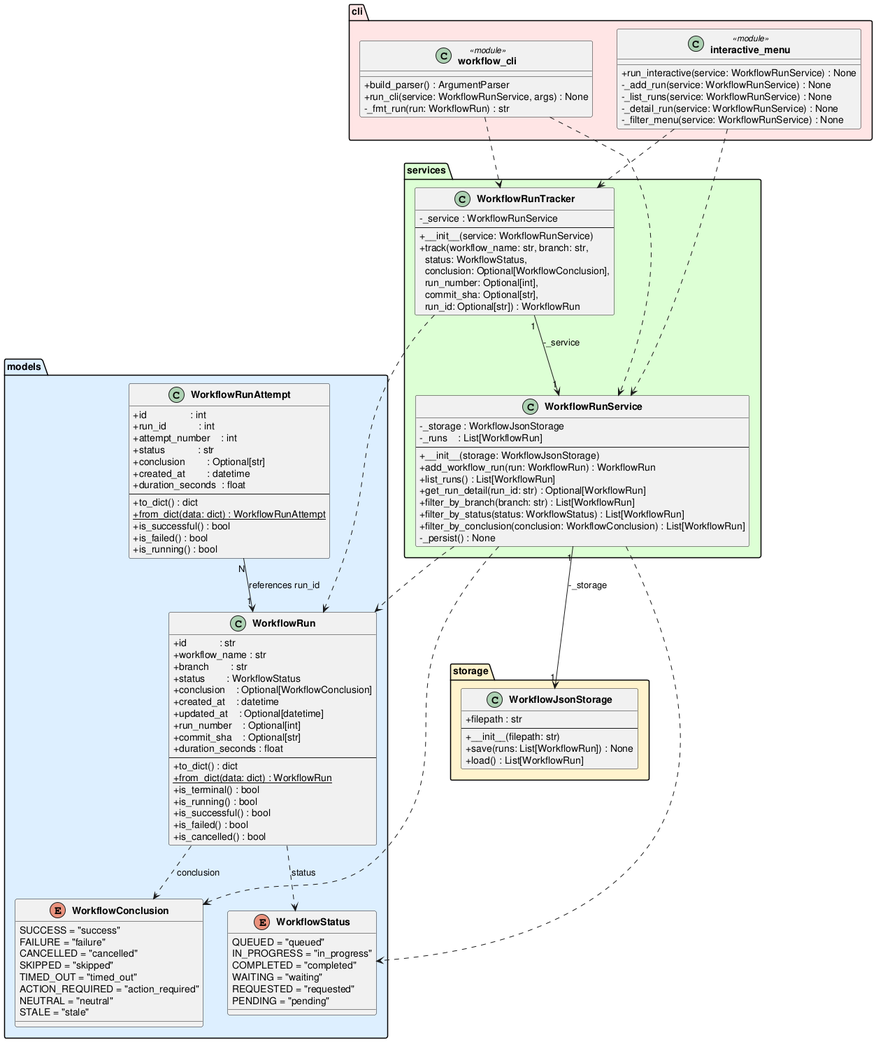
DanielRiha8906/Software_autoevolution_using_agents keeps this PlantUML diagram as experiments/supervisor_as_tools/structured_text/github-workflow-manager/artifacts/class_diagram.png. Above is the earlier version.
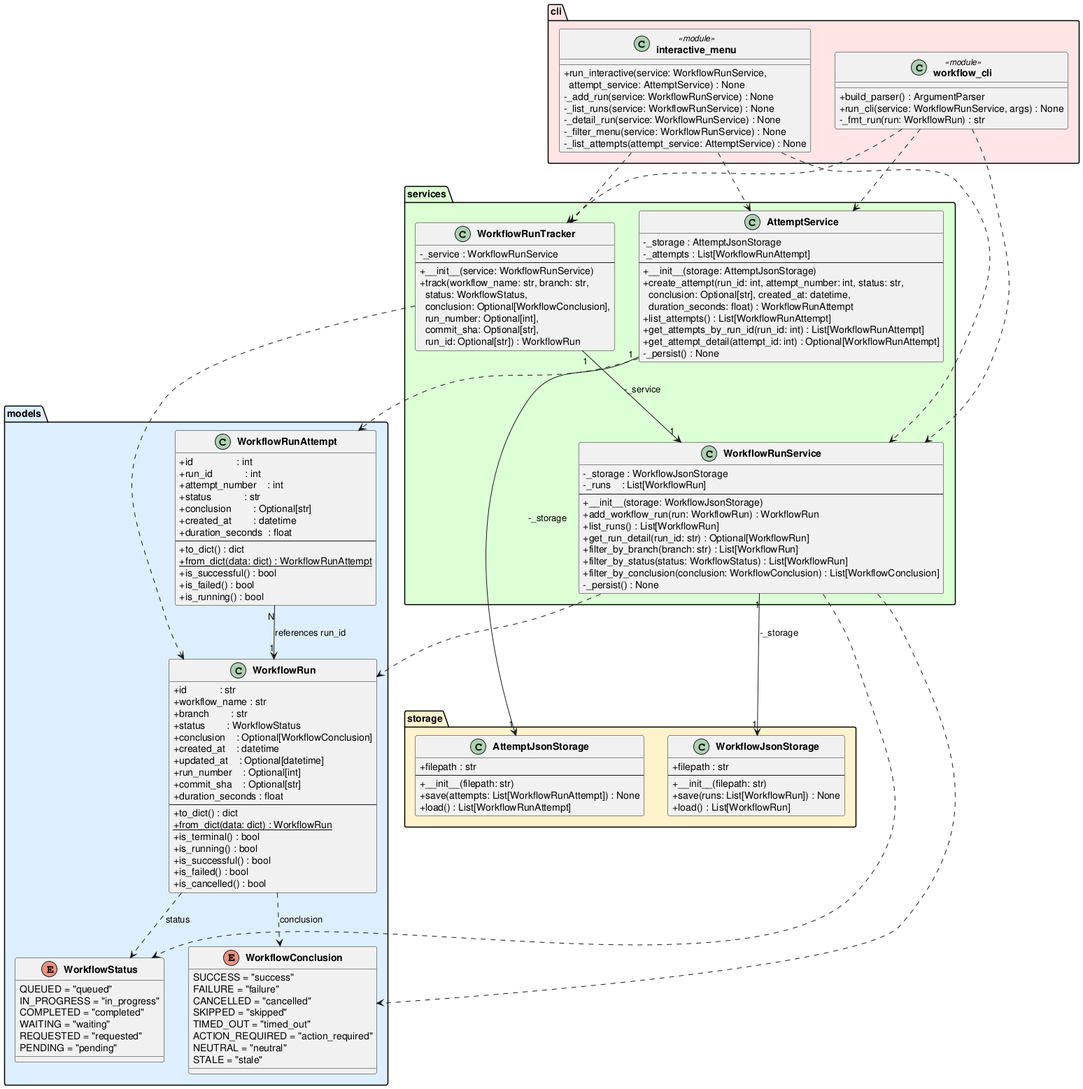
The same file after the commit.

What changed in the source:
```diff
@@ -70,6 +70,14 @@
         +save(runs: List[WorkflowRun]) : None
         +load() : List[WorkflowRun]
     }
+
+    class AttemptJsonStorage {
+        +filepath : str
+        --
+        +__init__(filepath: str)
+        +save(attempts: List[WorkflowRunAttempt]) : None
+        +load() : List[WorkflowRunAttempt]
+    }
 }
 
 package "services" #DDFFD4 {
@@ -83,7 +91,7 @@
         +get_run_detail(run_id: str) : Optional[WorkflowRun]
         +filter_by_branch(branch: str) : List[WorkflowRun]
         +filter_by_status(status: WorkflowStatus) : List[WorkflowRun]
-        +filter_by_conclusion(conclusion: WorkflowConclusion) : List[WorkflowRun]
+        +filter_by_conclusion(conclusion: WorkflowConclusion) : List[WorkflowConclusion]
         -_persist() : None
     }
 
@@ -92,6 +100,18 @@
         --
         +__init__(service: WorkflowRunService)
         +track(workflow_name: str, branch: str,\n  status: WorkflowStatus,\n  conclusion: Optional[WorkflowConclusion],\n  run_number: Optional[int],\n  commit_sha: Optional[str],\n  run_id: Optional[str]) : WorkflowRun
+    }
+
+    class AttemptService {
+        -_storage : AttemptJsonStorage
+        -_attempts : List[WorkflowRunAttempt]
+        --
+        +__init__(storage: AttemptJsonStorage)
+        +create_attempt(run_id: int, attempt_number: int, status: str,\n  conclusion: Optional[str], created_at: datetime,\n  duration_seconds: float) : WorkflowRunAttempt
+        +list_attempts() : List[WorkflowRunAttempt]
+        +get_attempts_by_run_id(run_id: int) : List[WorkflowRunAttempt]
+        +get_attempt_detail(attempt_id: int) : Optional[WorkflowRunAttempt]
+        -_persist() : None
     }
 }
 
@@ -103,11 +123,12 @@
     }
 
     class "interactive_menu" <<module>> {
-        +run_interactive(service: WorkflowRunService) : None
+        +run_interactive(service: WorkflowRunService,\n  attempt_service: AttemptService) : None
         -_add_run(service: WorkflowRunService) : None
         -_list_runs(service: WorkflowRunService) : None
         -_detail_run(service: WorkflowRunService) : None
         -_filter_menu(service: WorkflowRunService) : None
+        -_list_attempts(attempt_service: AttemptService) : None
     }
 }
 
@@ -120,9 +141,13 @@
 WorkflowRunService         ..>  WorkflowConclusion
 WorkflowRunTracker    "1" --> "1" WorkflowRunService  : -_service
 WorkflowRunTracker         ..>  WorkflowRun
+AttemptService       "1" --> "1" AttemptJsonStorage  : -_storage
+AttemptService            ..>  WorkflowRunAttempt
 "workflow_cli"             ..>  WorkflowRunService
 "workflow_cli"             ..>  WorkflowRunTracker
+"workflow_cli"             ..>  AttemptService
 "interactive_menu"         ..>  WorkflowRunService
 "interactive_menu"         ..>  WorkflowRunTracker
+"interactive_menu"         ..>  AttemptService
 
 @enduml
```
